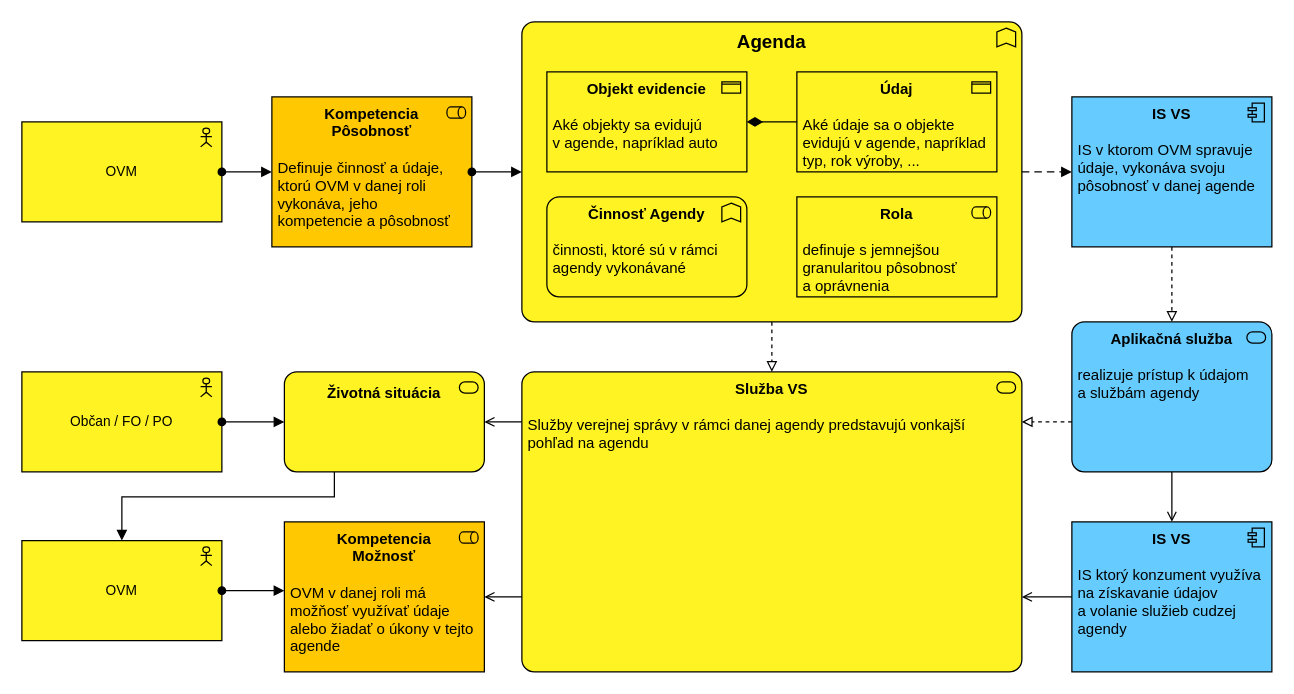
This is src_doc/img/01-koncept/RK_koncept/RK_koncept.drawio from vojtob/RPP, a draw.io file, before an edit. Source tidied: cells renumbered, new cells numbered last; positions are measured from the earlier drawing's top-left corner, leaving out a move shared by most shapes. Both pictures are drawn from the tidied source at 125%, with x=0, y=0 at pixel (21, 21).
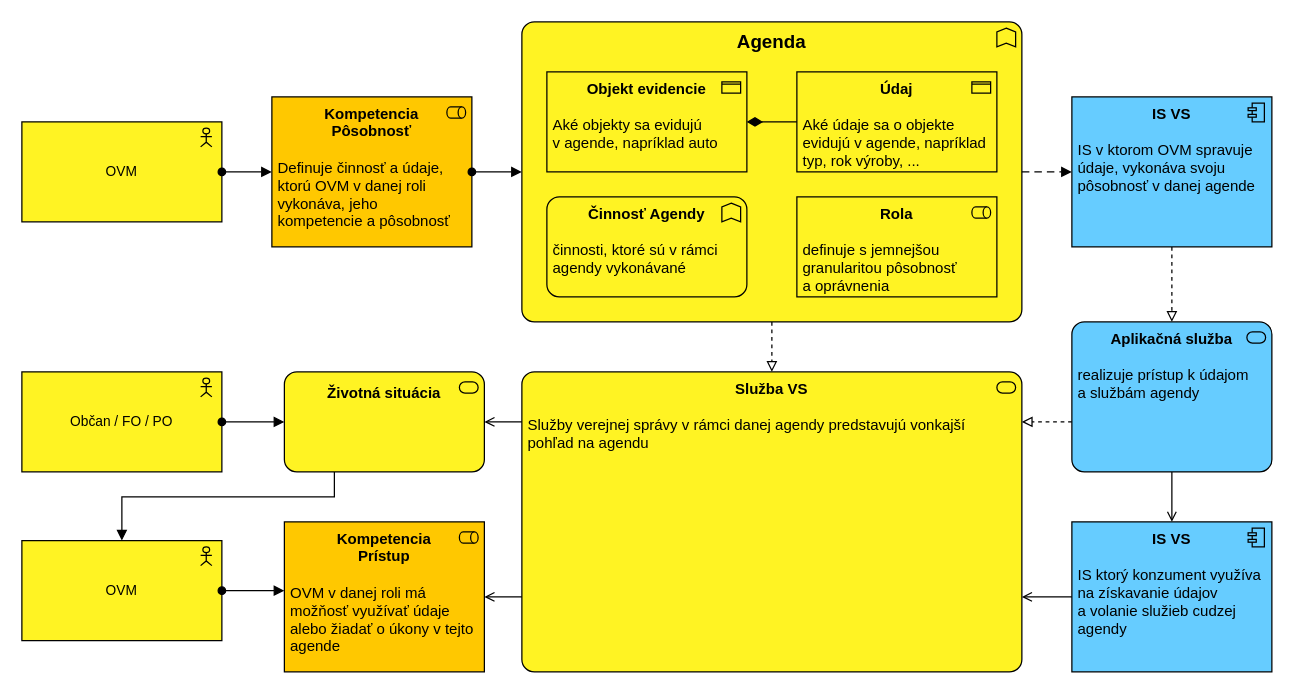
The same diagram, later.

What changed in the source:
```diff
@@
-    <mxCell id="4" value="&lt;span style=&quot;font-size: 12px;&quot;&gt;&lt;b&gt;Kompetencia&lt;/b&gt;&lt;/span&gt;&lt;div&gt;&lt;b&gt;Možnosť&lt;/b&gt;&lt;br&gt;&lt;div&gt;&lt;span style=&quot;font-size: 12px;&quot;&gt;&lt;br&gt;&lt;/span&gt;&lt;/div&gt;&lt;div style=&quot;text-align: left;&quot;&gt;&lt;span style=&quot;font-size: 12px;&quot;&gt;OVM v&lt;/span&gt;&lt;span style=&quot;background-color: transparent; text-align: center;&quot;&gt;&amp;nbsp;d&lt;/span&gt;&lt;span style=&quot;background-color: transparent; color: light-dark(rgb(0, 0, 0), rgb(255, 255, 255));&quot;&gt;anej roli má možňosť využívať údaje alebo žiadať o úkony v tejto agende&lt;/span&gt;&lt;/div&gt;&lt;/div&gt;" style="html=1;outlineConnect=0;whiteSpace=wrap;fillColor=#FFC800;shape=mxgraph.archimate3.application;appType=role;archiType=square;strokeColor=#000000;verticalAlign=top;align=center;spacingLeft=4;spacingRight=4;spacing=2;fontFamily=Helvetica;fontSize=12;" parent="1" vertex="1">
+    <mxCell id="4" value="&lt;span style=&quot;font-size: 12px;&quot;&gt;&lt;b&gt;Kompetencia&lt;/b&gt;&lt;/span&gt;&lt;div&gt;&lt;b&gt;Prístup&lt;/b&gt;&lt;br&gt;&lt;div&gt;&lt;span style=&quot;font-size: 12px;&quot;&gt;&lt;br&gt;&lt;/span&gt;&lt;/div&gt;&lt;div style=&quot;text-align: left;&quot;&gt;&lt;span style=&quot;font-size: 12px;&quot;&gt;OVM v&lt;/span&gt;&lt;span style=&quot;background-color: transparent; text-align: center;&quot;&gt;&amp;nbsp;d&lt;/span&gt;&lt;span style=&quot;background-color: transparent; color: light-dark(rgb(0, 0, 0), rgb(255, 255, 255));&quot;&gt;anej roli má možňosť využívať údaje alebo žiadať o úkony v tejto agende&lt;/span&gt;&lt;/div&gt;&lt;/div&gt;" style="html=1;outlineConnect=0;whiteSpace=wrap;fillColor=#FFC800;shape=mxgraph.archimate3.application;appType=role;archiType=square;strokeColor=#000000;verticalAlign=top;align=center;spacingLeft=4;spacingRight=4;spacing=2;fontFamily=Helvetica;fontSize=12;" parent="1" vertex="1">
       <mxGeometry x="210" y="400" width="160" height="120" as="geometry" />
     </mxCell>
```
